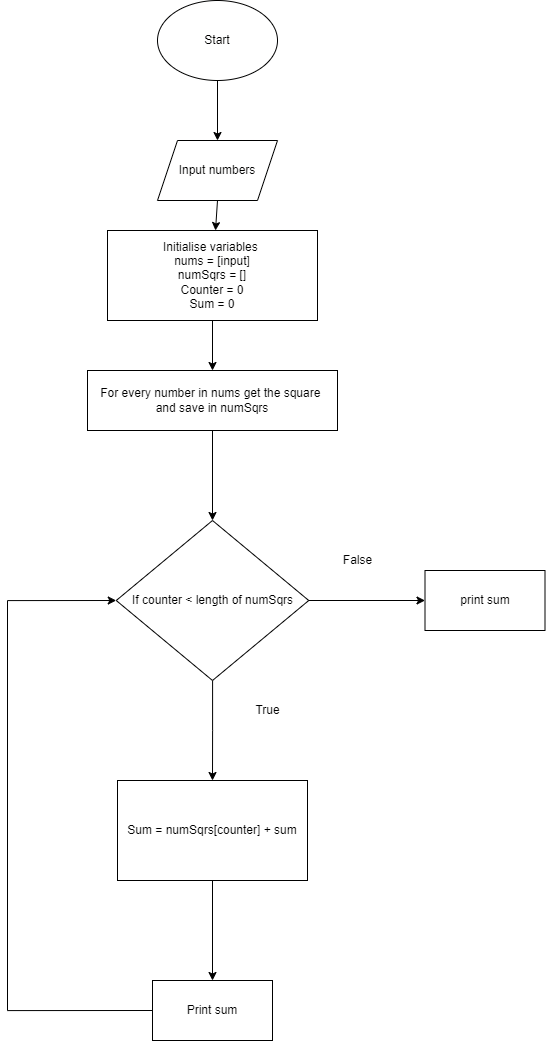
Bongshim/alx-onboarding keeps this draw.io diagram as 0x00-map_your_mind/0-sum_squares.png. Above is the earlier version. Source tidied: cells renumbered, new cells last; positions are measured from the earlier drawing's top-left corner, leaving out a move shared by most shapes.
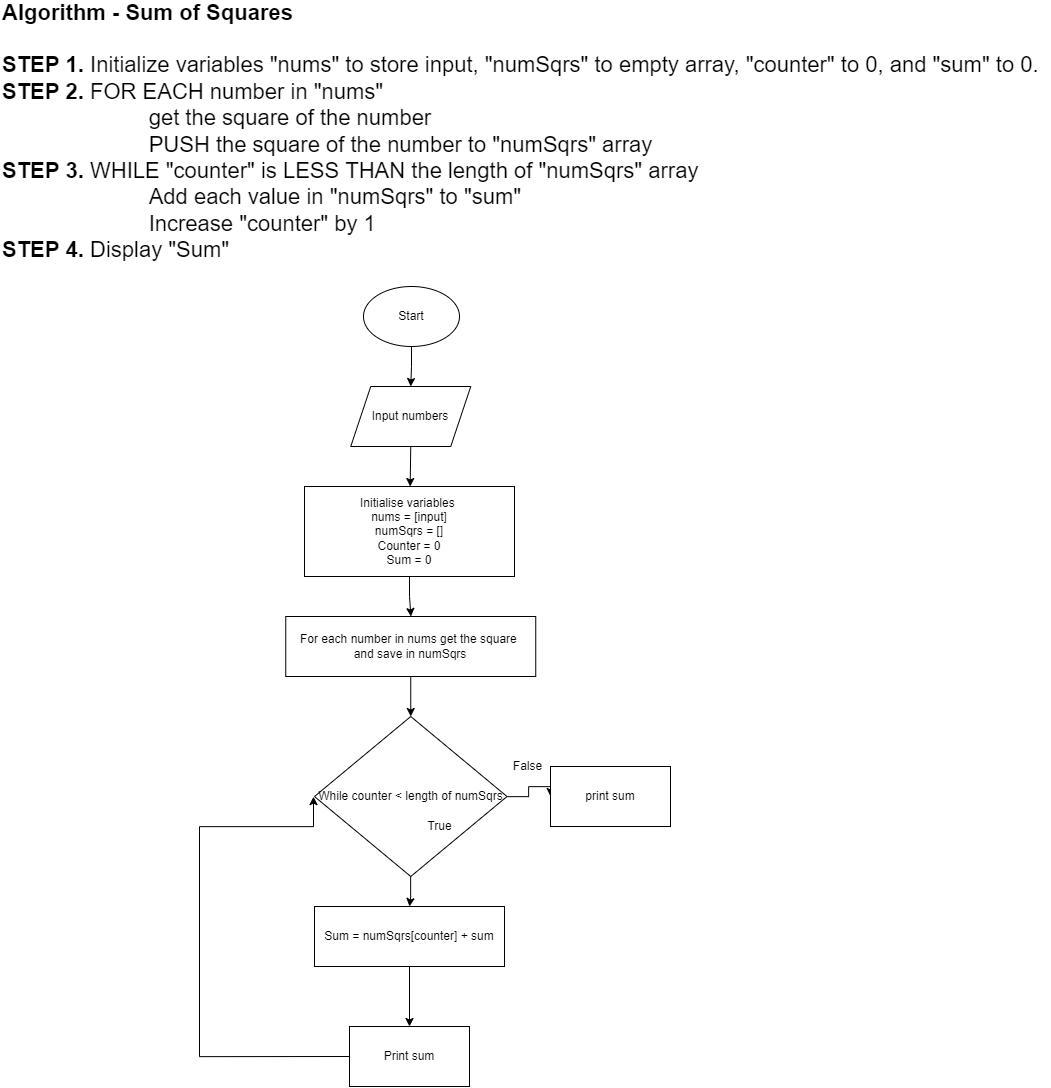
After the commit.

Change to the diagram source:
```diff
@@ -2,69 +2,76 @@
   <root>
     <mxCell id="0" />
     <mxCell id="1" parent="0" />
+    <mxCell id="21" value="&lt;div style=&quot;font-size: 22px&quot;&gt;&lt;font style=&quot;font-size: 22px&quot;&gt;&lt;b&gt;Algorithm - Sum of Squares&lt;/b&gt;&lt;/font&gt;&lt;/div&gt;&lt;div style=&quot;font-size: 22px&quot;&gt;&lt;font style=&quot;font-size: 22px&quot;&gt;&lt;br&gt;&lt;/font&gt;&lt;/div&gt;&lt;div style=&quot;font-size: 22px&quot;&gt;&lt;font style=&quot;font-size: 22px&quot;&gt;&lt;b&gt;STEP 1. &lt;/b&gt;Initialize variables &quot;nums&quot; to store input, &quot;numSqrs&quot; to empty array, &quot;counter&quot; to 0, and &quot;sum&quot; to 0.&lt;/font&gt;&lt;/div&gt;&lt;div style=&quot;font-size: 22px&quot;&gt;&lt;font style=&quot;font-size: 22px&quot;&gt;&lt;b&gt;STEP 2.&lt;/b&gt; FOR EACH number in &quot;nums&quot;&amp;nbsp;&lt;/font&gt;&lt;/div&gt;&lt;div style=&quot;font-size: 22px&quot;&gt;&lt;font style=&quot;font-size: 22px&quot;&gt;&amp;nbsp; &amp;nbsp; &amp;nbsp; &amp;nbsp; &lt;span style=&quot;white-space: pre&quot;&gt;&#9;&lt;/span&gt;&lt;span style=&quot;white-space: pre&quot;&gt;&#9;&lt;/span&gt;get the square of the number&lt;/font&gt;&lt;/div&gt;&lt;div style=&quot;font-size: 22px&quot;&gt;&lt;font style=&quot;font-size: 22px&quot;&gt;&amp;nbsp; &amp;nbsp; &amp;nbsp; &amp;nbsp; &lt;span style=&quot;white-space: pre&quot;&gt;&#9;&lt;span style=&quot;white-space: pre&quot;&gt;&#9;&lt;/span&gt;&lt;/span&gt;PUSH the square of the number to &quot;numSqrs&quot; array&lt;/font&gt;&lt;/div&gt;&lt;div style=&quot;font-size: 22px&quot;&gt;&lt;font style=&quot;font-size: 22px&quot;&gt;&lt;b&gt;STEP 3.&lt;/b&gt; WHILE &quot;counter&quot; is LESS THAN the length of &quot;numSqrs&quot; array&lt;/font&gt;&lt;/div&gt;&lt;div style=&quot;font-size: 22px&quot;&gt;&lt;font style=&quot;font-size: 22px&quot;&gt;&amp;nbsp; &amp;nbsp; &amp;nbsp; &amp;nbsp; &lt;span style=&quot;white-space: pre&quot;&gt;&#9;&lt;span style=&quot;white-space: pre&quot;&gt;&#9;&lt;/span&gt;&lt;/span&gt;Add each value in &quot;numSqrs&quot; to &quot;sum&quot;&lt;/font&gt;&lt;/div&gt;&lt;div style=&quot;font-size: 22px&quot;&gt;&lt;font style=&quot;font-size: 22px&quot;&gt;&amp;nbsp; &amp;nbsp; &amp;nbsp; &amp;nbsp; &lt;span style=&quot;white-space: pre&quot;&gt;&#9;&lt;/span&gt;&lt;span style=&quot;white-space: pre&quot;&gt;&#9;&lt;/span&gt;Increase &quot;counter&quot; by 1&lt;/font&gt;&lt;/div&gt;&lt;div style=&quot;font-size: 22px&quot;&gt;&lt;font style=&quot;font-size: 22px&quot;&gt;&lt;b&gt;STEP 4.&lt;/b&gt; Display &quot;Sum&quot;&lt;/font&gt;&lt;/div&gt;" style="text;html=1;align=left;verticalAlign=middle;strokeColor=none;fillColor=none;" parent="1" vertex="1">
+      <mxGeometry x="-160" y="50" width="1050" height="150" as="geometry" />
+    </mxCell>
+    <mxCell id="22" style="edgeStyle=orthogonalEdgeStyle;rounded=0;jettySize=auto;html=1;entryX=0.5;entryY=0;entryDx=0;entryDy=0;fontSize=22;" parent="1" edge="1" source="2" target="4">
+      <mxGeometry relative="1" as="geometry" />
+    </mxCell>
     <mxCell id="2" value="Start" style="ellipse;whiteSpace=wrap;html=1;" parent="1" vertex="1">
-      <mxGeometry x="150" width="120" height="80" as="geometry" />
+      <mxGeometry x="203" y="280" width="96" height="60" as="geometry" />
     </mxCell>
-    <mxCell id="3" style="endArrow=classic;html=1;rounded=0;exitX=0.5;exitY=1;exitDx=0;exitDy=0;" parent="1" edge="1" source="2">
-      <mxGeometry relative="1" as="geometry">
-        <mxPoint x="210" y="140" as="targetPoint" />
-      </mxGeometry>
-    </mxCell>
     <mxCell id="4" value="Input numbers" style="shape=parallelogram;perimeter=parallelogramPerimeter;whiteSpace=wrap;html=1;fixedSize=1;" parent="1" vertex="1">
-      <mxGeometry x="150" y="140" width="120" height="60" as="geometry" />
+      <mxGeometry x="190.2" y="380" width="120" height="60" as="geometry" />
     </mxCell>
     <mxCell id="5" style="endArrow=classic;html=1;rounded=0;exitX=0.5;exitY=1;exitDx=0;exitDy=0;" parent="1" edge="1" source="4" target="7">
       <mxGeometry relative="1" as="geometry" />
     </mxCell>
-    <mxCell id="6" style="edgeStyle=orthogonalEdgeStyle;rounded=0;jettySize=auto;html=1;" parent="1" edge="1" source="7" target="9">
-      <mxGeometry relative="1" as="geometry" />
-    </mxCell>
+    <mxCell id="23" style="edgeStyle=orthogonalEdgeStyle;rounded=0;jettySize=auto;html=1;" parent="1" edge="1" source="7" target="25">
+      <mxGeometry relative="1" as="geometry" />
+    </mxCell>
     <mxCell id="7" value="Initialise variables &lt;br&gt;nums = [input]&lt;br&gt;numSqrs = []&lt;br&gt;Counter = 0&lt;br&gt;Sum = 0" style="rounded=0;whiteSpace=wrap;html=1;" parent="1" vertex="1">
-      <mxGeometry x="100" y="230" width="210" height="90" as="geometry" />
+      <mxGeometry x="144" y="480" width="210" height="90" as="geometry" />
     </mxCell>
-    <mxCell id="8" style="edgeStyle=orthogonalEdgeStyle;rounded=0;jettySize=auto;html=1;entryX=0.5;entryY=0;entryDx=0;entryDy=0;" parent="1" edge="1" source="9" target="12">
-      <mxGeometry relative="1" as="geometry" />
-    </mxCell>
-    <mxCell id="9" value="For every number in nums get the square&amp;nbsp;&lt;br&gt;and save in numSqrs" style="whiteSpace=wrap;html=1;rounded=0;" parent="1" vertex="1">
-      <mxGeometry x="80" y="370" width="250" height="60" as="geometry" />
-    </mxCell>
-    <mxCell id="10" style="edgeStyle=orthogonalEdgeStyle;rounded=0;jettySize=auto;html=1;entryX=0.5;entryY=0;entryDx=0;entryDy=0;" parent="1" edge="1" source="12" target="14">
-      <mxGeometry relative="1" as="geometry" />
-    </mxCell>
-    <mxCell id="11" style="edgeStyle=orthogonalEdgeStyle;rounded=0;jettySize=auto;html=1;" parent="1" edge="1" source="12" target="20">
-      <mxGeometry relative="1" as="geometry" />
-    </mxCell>
-    <mxCell id="12" value="If counter &amp;lt; length of numSqrs" style="rhombus;whiteSpace=wrap;html=1;rounded=0;" parent="1" vertex="1">
-      <mxGeometry x="108.8" y="520" width="192.5" height="160" as="geometry" />
-    </mxCell>
+    <mxCell id="24" style="edgeStyle=orthogonalEdgeStyle;rounded=0;jettySize=auto;html=1;entryX=0.5;entryY=0;entryDx=0;entryDy=0;" parent="1" edge="1" source="25" target="28">
+      <mxGeometry relative="1" as="geometry" />
+    </mxCell>
+    <mxCell id="25" value="For each number in nums get the square&amp;nbsp;&lt;br&gt;and save in numSqrs" style="whiteSpace=wrap;html=1;rounded=0;" parent="1" vertex="1">
+      <mxGeometry x="125.2" y="610" width="250" height="60" as="geometry" />
+    </mxCell>
+    <mxCell id="26" style="edgeStyle=orthogonalEdgeStyle;rounded=0;jettySize=auto;html=1;entryX=0.5;entryY=0;entryDx=0;entryDy=0;" parent="1" edge="1" source="28" target="14">
+      <mxGeometry relative="1" as="geometry" />
+    </mxCell>
+    <mxCell id="27" style="edgeStyle=orthogonalEdgeStyle;rounded=0;jettySize=auto;html=1;entryX=0;entryY=0.5;entryDx=0;entryDy=0;" parent="1" edge="1" source="28" target="20">
+      <mxGeometry relative="1" as="geometry">
+        <Array as="points">
+          <mxPoint x="368" y="790" />
+          <mxPoint x="368" y="780" />
+        </Array>
+      </mxGeometry>
+    </mxCell>
+    <mxCell id="28" value="While counter &amp;lt; length of numSqrs" style="rhombus;whiteSpace=wrap;html=1;rounded=0;" parent="1" vertex="1">
+      <mxGeometry x="154" y="710" width="192.5" height="160" as="geometry" />
+    </mxCell>
     <mxCell id="13" style="edgeStyle=orthogonalEdgeStyle;rounded=0;jettySize=auto;html=1;" parent="1" edge="1" source="14" target="17">
       <mxGeometry relative="1" as="geometry" />
     </mxCell>
     <mxCell id="14" value="Sum = numSqrs[counter] + sum" style="rounded=0;whiteSpace=wrap;html=1;" parent="1" vertex="1">
-      <mxGeometry x="110" y="780" width="190" height="100" as="geometry" />
+      <mxGeometry x="154" y="900" width="190" height="60" as="geometry" />
     </mxCell>
     <mxCell id="15" style="edgeStyle=orthogonalEdgeStyle;rounded=0;orthogonalLoop=1;jettySize=auto;html=1;exitX=0.5;exitY=1;exitDx=0;exitDy=0;" parent="1" edge="1" source="14" target="14">
       <mxGeometry relative="1" as="geometry" />
     </mxCell>
-    <mxCell id="16" style="edgeStyle=orthogonalEdgeStyle;rounded=0;jettySize=auto;html=1;exitX=0;exitY=0.5;exitDx=0;exitDy=0;entryX=0;entryY=0.5;entryDx=0;entryDy=0;" parent="1" edge="1" source="17" target="12">
-      <mxGeometry relative="1" as="geometry">
-        <Array as="points">
-          <mxPoint y="1010" />
-          <mxPoint y="600" />
-        </Array>
-      </mxGeometry>
-    </mxCell>
+    <mxCell id="29" style="edgeStyle=orthogonalEdgeStyle;rounded=0;jettySize=auto;html=1;exitX=0;exitY=0.5;exitDx=0;exitDy=0;entryX=0;entryY=0.5;entryDx=0;entryDy=0;" parent="1" edge="1" source="17" target="28">
+      <mxGeometry relative="1" as="geometry">
+        <Array as="points">
+          <mxPoint x="39" y="1050" />
+          <mxPoint x="39" y="820" />
+          <mxPoint x="153" y="820" />
+        </Array>
+      </mxGeometry>
+    </mxCell>
     <mxCell id="17" value="Print sum" style="whiteSpace=wrap;html=1;rounded=0;" parent="1" vertex="1">
-      <mxGeometry x="145" y="980" width="120" height="60" as="geometry" />
+      <mxGeometry x="189" y="1020" width="120" height="60" as="geometry" />
     </mxCell>
     <mxCell id="18" value="True" style="text;html=1;align=center;verticalAlign=middle;strokeColor=none;fillColor=none;" parent="1" vertex="1">
-      <mxGeometry x="240" y="700" width="40" height="20" as="geometry" />
+      <mxGeometry x="259" y="810" width="40" height="20" as="geometry" />
     </mxCell>
     <mxCell id="19" value="False" style="text;html=1;align=center;verticalAlign=middle;strokeColor=none;fillColor=none;" parent="1" vertex="1">
-      <mxGeometry x="330" y="550" width="40" height="20" as="geometry" />
+      <mxGeometry x="346.5" y="750" width="40" height="20" as="geometry" />
     </mxCell>
     <mxCell id="20" value="print sum" style="whiteSpace=wrap;html=1;rounded=0;" parent="1" vertex="1">
-      <mxGeometry x="417.5" y="570" width="120" height="60" as="geometry" />
+      <mxGeometry x="390" y="760" width="120" height="60" as="geometry" />
     </mxCell>
   </root>
 </mxGraphModel>
```
